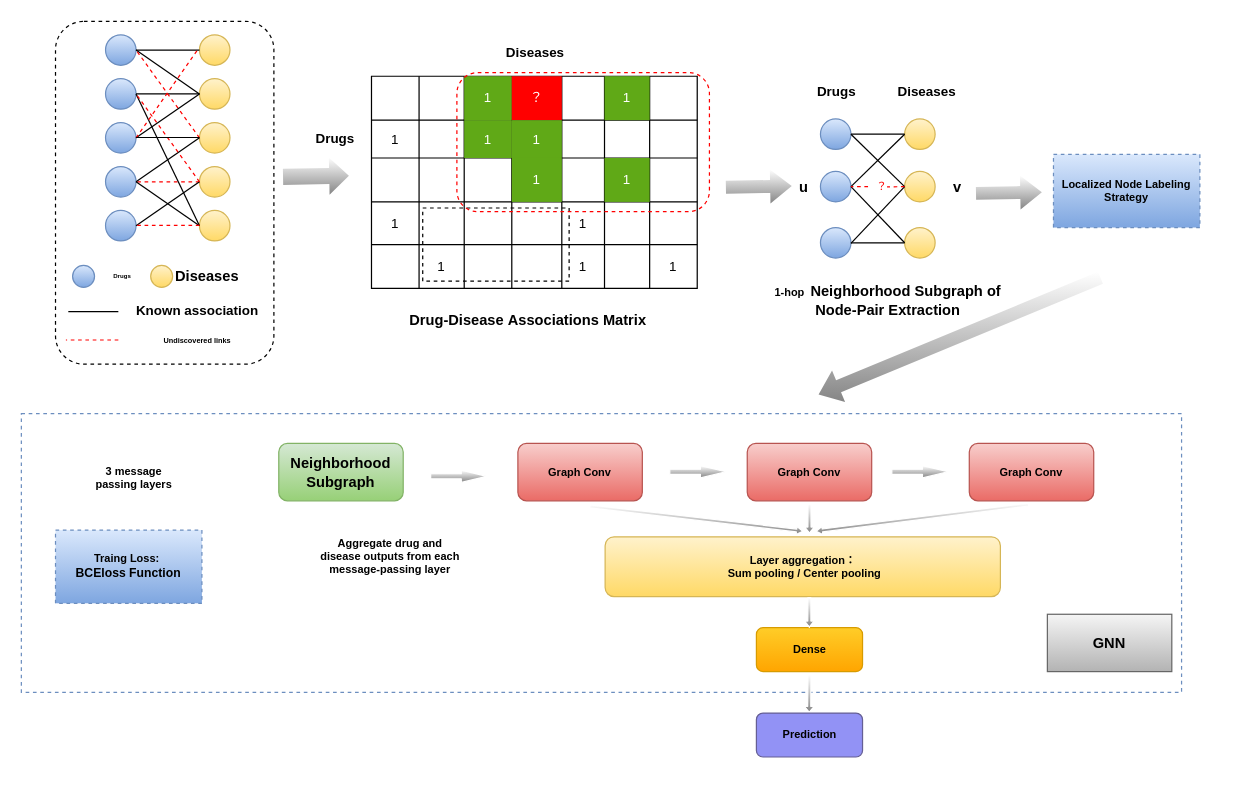
nanfengk/hello-world keeps this draw.io diagram as 未命名绘图.drawio. Above is the earlier version. Source tidied: cells renumbered, new cells numbered last; positions are measured from the earlier drawing's top-left corner, leaving out a move shared by most shapes. Both pictures are drawn from the tidied source at 122%, with x=0, y=0 at pixel (21, 21).
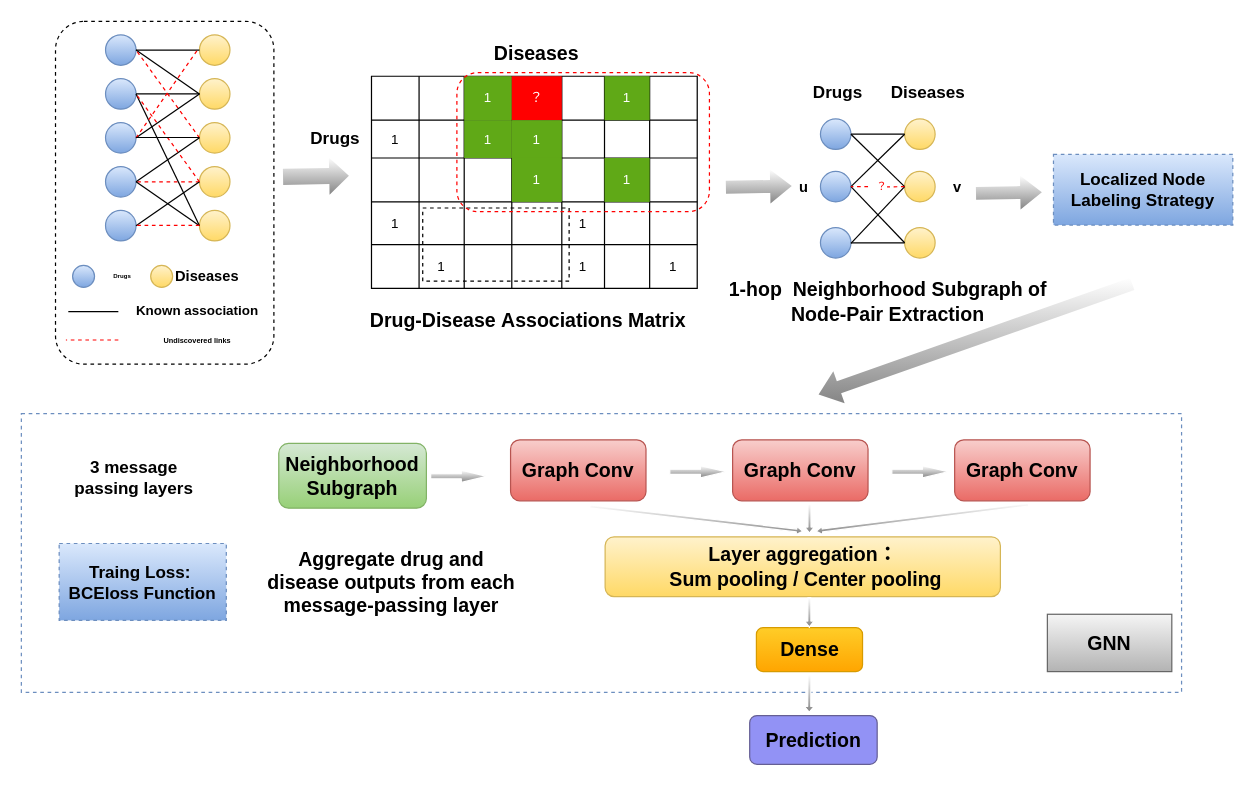
After the change.

Commit message (it also covers changes not shown here):
更新未命名绘图.drawio

What changed in the source:
```diff
@@
-    <mxCell id="36" style="shape=tableRow;horizontal=0;startSize=0;swimlaneHead=0;swimlaneBody=0;top=0;left=0;bottom=0;right=0;fillColor=none;rounded=0;sketch=0;fontSize=11;strokeWidth=1;" parent="1" vertex="1">
-      <mxGeometry x="256" y="257" width="180" height="40" as="geometry" />
-    </mxCell>
-    <mxCell id="37" style="shape=partialRectangle;html=1;whiteSpace=wrap;fillColor=none;top=0;left=0;bottom=0;right=0;overflow=hidden;rounded=0;sketch=0;fontSize=11;strokeWidth=1;" parent="36" vertex="1">
-      <mxGeometry x="74" y="4" width="60" height="40" as="geometry" />
-    </mxCell>
-    <mxCell id="38" style="shape=partialRectangle;html=1;whiteSpace=wrap;fillColor=none;top=0;left=0;bottom=0;right=0;overflow=hidden;rounded=0;sketch=0;fontSize=11;strokeWidth=1;" parent="36" vertex="1">
-      <mxGeometry x="60" width="60" height="40" as="geometry" />
-    </mxCell>
-    <mxCell id="39" style="shape=partialRectangle;html=1;whiteSpace=wrap;fillColor=none;top=0;left=0;bottom=0;right=0;overflow=hidden;rounded=0;sketch=0;fontSize=11;strokeWidth=1;" parent="36" vertex="1">
-      <mxGeometry x="120" width="60" height="40" as="geometry" />
-    </mxCell>
@@
-    <mxCell id="82" value="&lt;b&gt;Drugs&lt;/b&gt;" style="text;html=1;align=center;verticalAlign=middle;strokeColor=none;fillColor=none;fontSize=11;" parent="1" vertex="1">
-      <mxGeometry x="234" y="87" width="45" height="17" as="geometry" />
+    <mxCell id="82" value="&lt;b&gt;&lt;font style=&quot;font-size: 14px&quot;&gt;Drugs&lt;/font&gt;&lt;/b&gt;" style="text;html=1;align=center;verticalAlign=middle;strokeColor=none;fillColor=none;fontSize=11;" parent="1" vertex="1">
+      <mxGeometry x="232" y="87" width="50" height="17" as="geometry" />
     </mxCell>
-    <mxCell id="83" value="&lt;b&gt;Diseases&lt;/b&gt;" style="text;html=1;align=center;verticalAlign=middle;strokeColor=none;fillColor=none;fontSize=11;" parent="1" vertex="1">
-      <mxGeometry x="390" y="17" width="62" height="17" as="geometry" />
+    <mxCell id="83" value="&lt;b&gt;&lt;font style=&quot;font-size: 16px&quot;&gt;Diseases&lt;/font&gt;&lt;/b&gt;" style="text;html=1;align=center;verticalAlign=middle;strokeColor=none;fillColor=none;fontSize=11;" parent="1" vertex="1">
+      <mxGeometry x="382" y="16" width="79" height="19" as="geometry" />
     </mxCell>
-    <mxCell id="84" value="&lt;span lang=&quot;EN-US&quot;&gt;&lt;font style=&quot;font-size: 12px&quot;&gt;&lt;b&gt;Drug-Disease&amp;nbsp;Associations Matrix&lt;/b&gt;&lt;br&gt;&lt;/font&gt;&lt;/span&gt;" style="text;html=1;align=center;verticalAlign=middle;strokeColor=none;fillColor=none;fontSize=11;" parent="1" vertex="1">
-      <mxGeometry x="313" y="236" width="204" height="17" as="geometry" />
+    <mxCell id="84" value="&lt;span lang=&quot;EN-US&quot;&gt;&lt;font&gt;&lt;b&gt;&lt;font style=&quot;font-size: 16px&quot;&gt;Drug-Disease&amp;nbsp;Associations Matrix&lt;/font&gt;&lt;/b&gt;&lt;br&gt;&lt;/font&gt;&lt;/span&gt;" style="text;html=1;align=center;verticalAlign=middle;strokeColor=none;fillColor=none;fontSize=11;" parent="1" vertex="1">
+      <mxGeometry x="281" y="235" width="268" height="19" as="geometry" />
     </mxCell>
@@
-    <mxCell id="93" value="&lt;b&gt;Drugs&lt;/b&gt;" style="text;html=1;align=center;verticalAlign=middle;strokeColor=none;fillColor=none;fontSize=11;" parent="1" vertex="1">
-      <mxGeometry x="645.5" y="49" width="45" height="17" as="geometry" />
+    <mxCell id="93" value="&lt;b&gt;&lt;font style=&quot;font-size: 14px&quot;&gt;Drugs&lt;/font&gt;&lt;/b&gt;" style="text;html=1;align=center;verticalAlign=middle;strokeColor=none;fillColor=none;fontSize=11;" parent="1" vertex="1">
+      <mxGeometry x="643.5" y="49" width="50" height="17" as="geometry" />
     </mxCell>
-    <mxCell id="94" value="&lt;b&gt;Diseases&lt;/b&gt;" style="text;html=1;align=center;verticalAlign=middle;strokeColor=none;fillColor=none;fontSize=11;" parent="1" vertex="1">
-      <mxGeometry x="711" y="49" width="62" height="17" as="geometry" />
+    <mxCell id="94" value="&lt;b&gt;&lt;font style=&quot;font-size: 14px&quot;&gt;Diseases&lt;/font&gt;&lt;/b&gt;" style="text;html=1;align=center;verticalAlign=middle;strokeColor=none;fillColor=none;fontSize=11;" parent="1" vertex="1">
+      <mxGeometry x="707" y="49" width="71" height="17" as="geometry" />
     </mxCell>
@@
-    <mxCell id="105" value="&lt;b&gt;&lt;font color=&quot;#000000&quot;&gt;1-hop&amp;nbsp;&amp;nbsp;&lt;/font&gt;&lt;span style=&quot;color: rgb(0 , 0 , 0) ; font-size: 12px&quot;&gt;Neighborhood Subgraph of &lt;br&gt;Node-Pair Extraction&lt;/span&gt;&lt;/b&gt;&lt;font color=&quot;#000000&quot;&gt;&lt;br&gt;&lt;/font&gt;" style="text;html=1;align=center;verticalAlign=middle;strokeColor=none;fillColor=none;fontSize=9;fontColor=#FF0000;" parent="1" vertex="1">
-      <mxGeometry x="607" y="216" width="205" height="26" as="geometry" />
+    <mxCell id="105" value="&lt;b&gt;&lt;font style=&quot;font-size: 16px&quot;&gt;&lt;font color=&quot;#000000&quot;&gt;1-hop&amp;nbsp;&amp;nbsp;&lt;/font&gt;&lt;span style=&quot;color: rgb(0 , 0 , 0)&quot;&gt;Neighborhood Subgraph of &lt;br&gt;Node-Pair Extraction&lt;/span&gt;&lt;/font&gt;&lt;/b&gt;&lt;font color=&quot;#000000&quot;&gt;&lt;br&gt;&lt;/font&gt;" style="text;html=1;align=center;verticalAlign=middle;strokeColor=none;fillColor=none;fontSize=9;fontColor=#FF0000;" parent="1" vertex="1">
+      <mxGeometry x="575" y="216" width="270" height="28" as="geometry" />
     </mxCell>
@@
-    <mxCell id="108" value="&lt;b&gt;Localized Node Labeling Strategy&lt;/b&gt;" style="rounded=0;whiteSpace=wrap;html=1;shadow=0;dashed=1;sketch=0;fontSize=9;strokeColor=#6c8ebf;strokeWidth=1;fillColor=#dae8fc;gradientColor=#7ea6e0;" parent="1" vertex="1">
-      <mxGeometry x="846" y="109" width="120" height="60" as="geometry" />
+    <mxCell id="108" value="&lt;b&gt;&lt;font style=&quot;font-size: 14px&quot;&gt;Localized Node Labeling Strategy&lt;/font&gt;&lt;/b&gt;" style="rounded=0;whiteSpace=wrap;html=1;shadow=0;dashed=1;sketch=0;fontSize=9;strokeColor=#6c8ebf;strokeWidth=1;fillColor=#dae8fc;gradientColor=#7ea6e0;" parent="1" vertex="1">
+      <mxGeometry x="846" y="109" width="147" height="58" as="geometry" />
     </mxCell>
     <mxCell id="109" style="shape=flexArrow;endArrow=classic;html=1;rounded=1;labelBackgroundColor=none;sketch=0;fontSize=9;fontColor=#FF0000;strokeColor=none;strokeWidth=1;curved=0;fillColor=#858585;gradientColor=#ffffff;endWidth=16.380952380952383;endSize=5.576470588235295;width=10.588235294117647;gradientDirection=north;" parent="1" edge="1">
       <mxGeometry relative="1" as="geometry">
-        <mxPoint x="885" y="210" as="sourcePoint" />
+        <mxPoint x="911" y="215" as="sourcePoint" />
         <mxPoint x="653" y="306" as="targetPoint" />
       </mxGeometry>
     </mxCell>
@@
-    <mxCell id="112" value="&lt;b&gt;Graph Conv&lt;/b&gt;" style="rounded=1;whiteSpace=wrap;html=1;shadow=0;sketch=0;fontSize=9;strokeColor=#b85450;strokeWidth=1;fillColor=#f8cecc;gradientColor=#ea6b66;" parent="1" vertex="1">
-      <mxGeometry x="407" y="346" width="102" height="47" as="geometry" />
+    <mxCell id="112" value="&lt;b&gt;&lt;font style=&quot;font-size: 16px&quot;&gt;Graph Conv&lt;/font&gt;&lt;/b&gt;" style="rounded=1;whiteSpace=wrap;html=1;shadow=0;sketch=0;fontSize=9;strokeColor=#b85450;strokeWidth=1;fillColor=#f8cecc;gradientColor=#ea6b66;" parent="1" vertex="1">
+      <mxGeometry x="401" y="343" width="111" height="50" as="geometry" />
     </mxCell>
-    <mxCell id="113" style="edgeStyle=orthogonalEdgeStyle;curved=0;rounded=1;sketch=0;jettySize=auto;html=1;exitX=0.5;exitY=1;exitDx=0;exitDy=0;labelBackgroundColor=none;fontSize=9;fontColor=#000000;strokeColor=#000000;strokeWidth=1;fillColor=#858585;gradientColor=#ffffff;gradientDirection=north;" parent="1" edge="1" source="114">
-      <mxGeometry relative="1" as="geometry">
-        <mxPoint x="646" y="393.1" as="targetPoint" />
-      </mxGeometry>
-    </mxCell>
-    <mxCell id="114" value="&lt;b&gt;Graph Conv&lt;/b&gt;" style="rounded=1;whiteSpace=wrap;html=1;shadow=0;sketch=0;fontSize=9;strokeColor=#b85450;strokeWidth=1;fillColor=#f8cecc;gradientColor=#ea6b66;" parent="1" vertex="1">
-      <mxGeometry x="595" y="346" width="102" height="47" as="geometry" />
-    </mxCell>
-    <mxCell id="115" value="&lt;b&gt;Graph Conv&lt;/b&gt;" style="rounded=1;whiteSpace=wrap;html=1;shadow=0;sketch=0;fontSize=9;strokeColor=#b85450;strokeWidth=1;fillColor=#f8cecc;gradientColor=#ea6b66;" parent="1" vertex="1">
-      <mxGeometry x="777" y="346" width="102" height="47" as="geometry" />
-    </mxCell>
-    <mxCell id="116" value="&lt;b&gt;3 message &lt;br&gt;passing layers&lt;/b&gt;" style="text;html=1;align=center;verticalAlign=middle;strokeColor=none;fillColor=none;fontSize=9;fontColor=#000000;" parent="1" vertex="1">
-      <mxGeometry x="45" y="360.5" width="93" height="26" as="geometry" />
+    <mxCell id="116" value="&lt;b&gt;&lt;font style=&quot;font-size: 14px&quot;&gt;3 message &lt;br&gt;passing layers&lt;/font&gt;&lt;/b&gt;" style="text;html=1;align=center;verticalAlign=middle;strokeColor=none;fillColor=none;fontSize=9;fontColor=#000000;" parent="1" vertex="1">
+      <mxGeometry x="38" y="360.5" width="107" height="27" as="geometry" />
     </mxCell>
-    <mxCell id="117" value="&lt;b&gt;Traing Loss:&amp;nbsp;&lt;/b&gt;&lt;br&gt;&lt;font size=&quot;1&quot;&gt;&lt;b&gt;BCEloss Function&lt;/b&gt;&lt;/font&gt;" style="rounded=0;whiteSpace=wrap;html=1;shadow=0;dashed=1;sketch=0;fontSize=9;strokeColor=#6c8ebf;strokeWidth=1;fillColor=#dae8fc;gradientColor=#7ea6e0;" parent="1" vertex="1">
-      <mxGeometry x="28" y="417" width="120" height="60" as="geometry" />
+    <mxCell id="117" value="&lt;font style=&quot;font-size: 14px&quot;&gt;&lt;b&gt;Traing Loss:&amp;nbsp;&lt;/b&gt;&lt;br&gt;&lt;b&gt;BCEloss Function&lt;/b&gt;&lt;/font&gt;" style="rounded=0;whiteSpace=wrap;html=1;shadow=0;dashed=1;sketch=0;fontSize=9;strokeColor=#6c8ebf;strokeWidth=1;fillColor=#dae8fc;gradientColor=#7ea6e0;" parent="1" vertex="1">
+      <mxGeometry x="31" y="428" width="137" height="63" as="geometry" />
     </mxCell>
-    <mxCell id="118" value="&lt;b style=&quot;color: rgb(255 , 0 , 0)&quot;&gt;&lt;span style=&quot;color: rgb(0 , 0 , 0) ; font-size: 12px&quot;&gt;Neighborhood Subgraph&lt;/span&gt;&lt;/b&gt;" style="rounded=1;whiteSpace=wrap;html=1;shadow=0;sketch=0;fontSize=9;strokeColor=#82b366;strokeWidth=1;fillColor=#d5e8d4;gradientColor=#97d077;" parent="1" vertex="1">
-      <mxGeometry x="211" y="346" width="102" height="47" as="geometry" />
+    <mxCell id="118" value="&lt;b style=&quot;color: rgb(255 , 0 , 0)&quot;&gt;&lt;span style=&quot;color: rgb(0 , 0 , 0)&quot;&gt;&lt;font style=&quot;font-size: 16px&quot;&gt;Neighborhood Subgraph&lt;/font&gt;&lt;/span&gt;&lt;/b&gt;" style="rounded=1;whiteSpace=wrap;html=1;shadow=0;sketch=0;fontSize=9;strokeColor=#82b366;strokeWidth=1;fillColor=#d5e8d4;gradientColor=#97d077;" parent="1" vertex="1">
+      <mxGeometry x="211" y="346" width="121" height="53" as="geometry" />
     </mxCell>
@@
-    <mxCell id="124" value="&lt;b&gt;Layer aggregation：&lt;br&gt;&amp;nbsp;Sum pooling / Center pooling&lt;/b&gt;" style="rounded=1;whiteSpace=wrap;html=1;shadow=0;sketch=0;fontSize=9;strokeColor=#d6b656;strokeWidth=1;fillColor=#fff2cc;gradientColor=#ffd966;" parent="1" vertex="1">
+    <mxCell id="124" value="&lt;b&gt;&lt;font style=&quot;font-size: 16px&quot;&gt;Layer aggregation：&lt;br&gt;&amp;nbsp;Sum pooling / Center pooling&lt;/font&gt;&lt;/b&gt;" style="rounded=1;whiteSpace=wrap;html=1;shadow=0;sketch=0;fontSize=9;strokeColor=#d6b656;strokeWidth=1;fillColor=#fff2cc;gradientColor=#ffd966;" parent="1" vertex="1">
       <mxGeometry x="478.5" y="422.5" width="324" height="49" as="geometry" />
     </mxCell>
-    <mxCell id="125" value="&lt;b&gt;Dense&lt;/b&gt;" style="rounded=1;whiteSpace=wrap;html=1;shadow=0;sketch=0;fontSize=9;strokeColor=#d79b00;strokeWidth=1;fillColor=#ffcd28;gradientColor=#ffa500;" parent="1" vertex="1">
+    <mxCell id="125" value="&lt;b&gt;&lt;font style=&quot;font-size: 16px&quot;&gt;Dense&lt;/font&gt;&lt;/b&gt;" style="rounded=1;whiteSpace=wrap;html=1;shadow=0;sketch=0;fontSize=9;strokeColor=#d79b00;strokeWidth=1;fillColor=#ffcd28;gradientColor=#ffa500;" parent="1" vertex="1">
       <mxGeometry x="602.5" y="497" width="87" height="36" as="geometry" />
     </mxCell>
@@
-    <mxCell id="130" value="&lt;b style=&quot;color: rgb(255 , 0 , 0)&quot;&gt;&lt;span style=&quot;color: rgb(0 , 0 , 0) ; font-size: 12px&quot;&gt;GNN&lt;/span&gt;&lt;/b&gt;" style="rounded=0;whiteSpace=wrap;html=1;shadow=0;sketch=0;fontSize=9;strokeColor=#666666;strokeWidth=1;fillColor=#f5f5f5;gradientColor=#b3b3b3;" parent="1" vertex="1">
+    <mxCell id="130" value="&lt;b style=&quot;color: rgb(255 , 0 , 0)&quot;&gt;&lt;span style=&quot;color: rgb(0 , 0 , 0)&quot;&gt;&lt;font style=&quot;font-size: 16px&quot;&gt;GNN&lt;/font&gt;&lt;/span&gt;&lt;/b&gt;" style="rounded=0;whiteSpace=wrap;html=1;shadow=0;sketch=0;fontSize=9;strokeColor=#666666;strokeWidth=1;fillColor=#f5f5f5;gradientColor=#b3b3b3;" parent="1" vertex="1">
       <mxGeometry x="841" y="486" width="102" height="47" as="geometry" />
     </mxCell>
-    <mxCell id="131" value="&lt;b&gt;Aggregate drug and &lt;br&gt;disease outputs from each &lt;br&gt;message-passing layer&lt;/b&gt;" style="text;html=1;align=center;verticalAlign=middle;strokeColor=none;fillColor=none;fontSize=9;fontColor=#000000;" parent="1" vertex="1">
-      <mxGeometry x="221" y="420" width="162" height="37" as="geometry" />
+    <mxCell id="131" value="&lt;b&gt;&lt;font style=&quot;font-size: 16px&quot;&gt;Aggregate drug and &lt;br&gt;disease outputs from each &lt;br&gt;message-passing layer&lt;/font&gt;&lt;/b&gt;" style="text;html=1;align=center;verticalAlign=middle;strokeColor=none;fillColor=none;fontSize=9;fontColor=#000000;" parent="1" vertex="1">
+      <mxGeometry x="196" y="439" width="213" height="41" as="geometry" />
     </mxCell>
@@
-    <mxCell id="133" value="&lt;font color=&quot;#000000&quot;&gt;&lt;b&gt;Prediction&lt;/b&gt;&lt;/font&gt;" style="rounded=1;whiteSpace=wrap;html=1;shadow=0;sketch=0;fontSize=9;strokeColor=#655F94;strokeWidth=1;fillColor=#9292F5;" parent="1" vertex="1">
-      <mxGeometry x="602.5" y="567" width="87" height="36" as="geometry" />
+    <mxCell id="133" value="&lt;font color=&quot;#000000&quot; style=&quot;font-size: 16px&quot;&gt;&lt;b&gt;Prediction&lt;/b&gt;&lt;/font&gt;" style="rounded=1;whiteSpace=wrap;html=1;shadow=0;sketch=0;fontSize=9;strokeColor=#655F94;strokeWidth=1;fillColor=#9292F5;" parent="1" vertex="1">
+      <mxGeometry x="597" y="569" width="104.5" height="40" as="geometry" />
     </mxCell>
+    <mxCell id="136" value="&lt;b&gt;&lt;font style=&quot;font-size: 16px&quot;&gt;Graph Conv&lt;/font&gt;&lt;/b&gt;" style="rounded=1;whiteSpace=wrap;html=1;shadow=0;sketch=0;fontSize=9;strokeColor=#b85450;strokeWidth=1;fillColor=#f8cecc;gradientColor=#ea6b66;" parent="1" vertex="1">
+      <mxGeometry x="583" y="343" width="111" height="50" as="geometry" />
+    </mxCell>
+    <mxCell id="137" value="&lt;b&gt;&lt;font style=&quot;font-size: 16px&quot;&gt;Graph Conv&lt;/font&gt;&lt;/b&gt;" style="rounded=1;whiteSpace=wrap;html=1;shadow=0;sketch=0;fontSize=9;strokeColor=#b85450;strokeWidth=1;fillColor=#f8cecc;gradientColor=#ea6b66;" parent="1" vertex="1">
+      <mxGeometry x="765" y="343" width="111" height="50" as="geometry" />
+    </mxCell>
```
